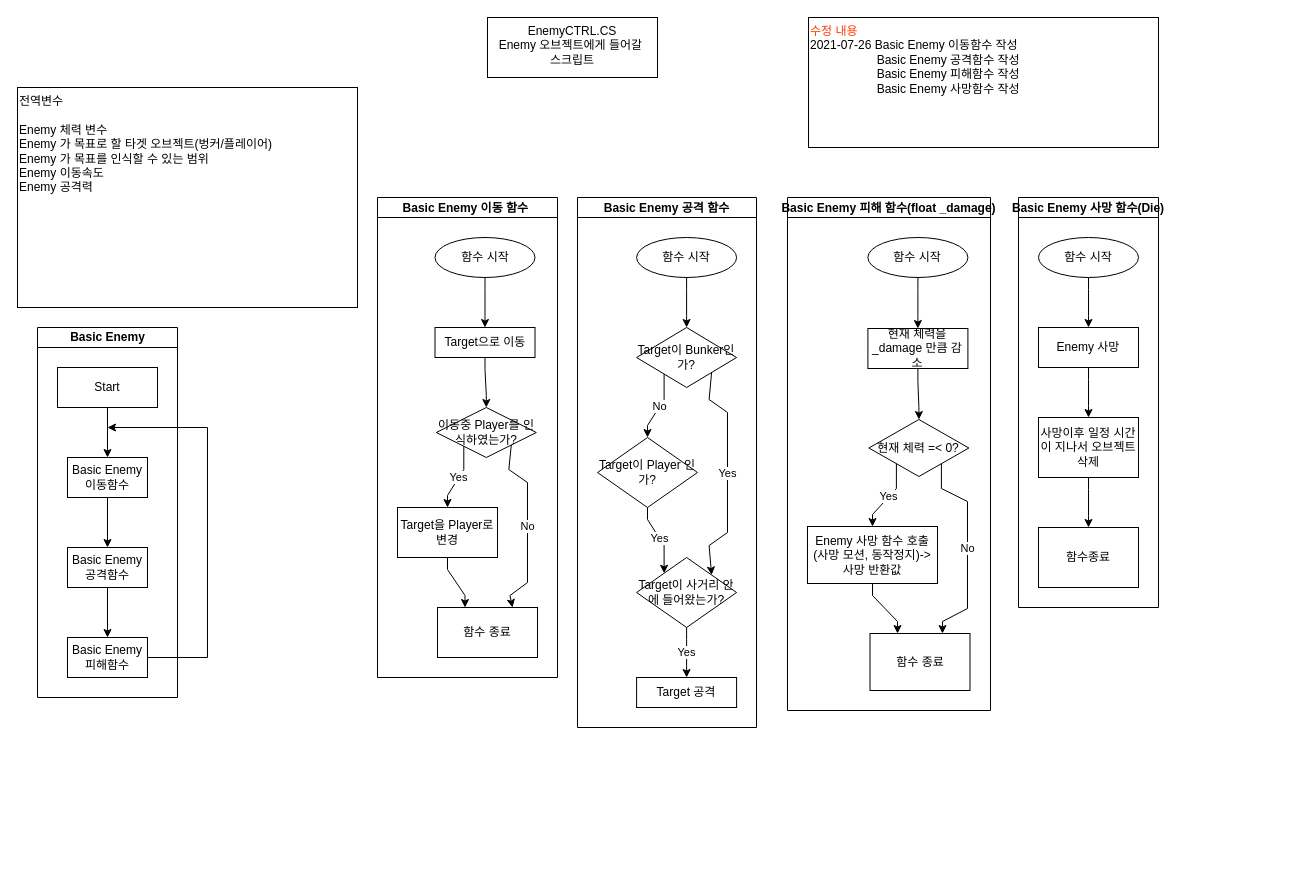
This is FlowChart/BasicEnemy.drawio from BckLily/YeilMainProjectBackUp, a draw.io file, before an edit. Source tidied: cells renumbered, new cells numbered last; positions are measured from the earlier drawing's top-left corner, leaving out a move shared by most shapes. Both pictures are drawn from the tidied source at 100%, with x=0, y=0 at pixel (17, 17).
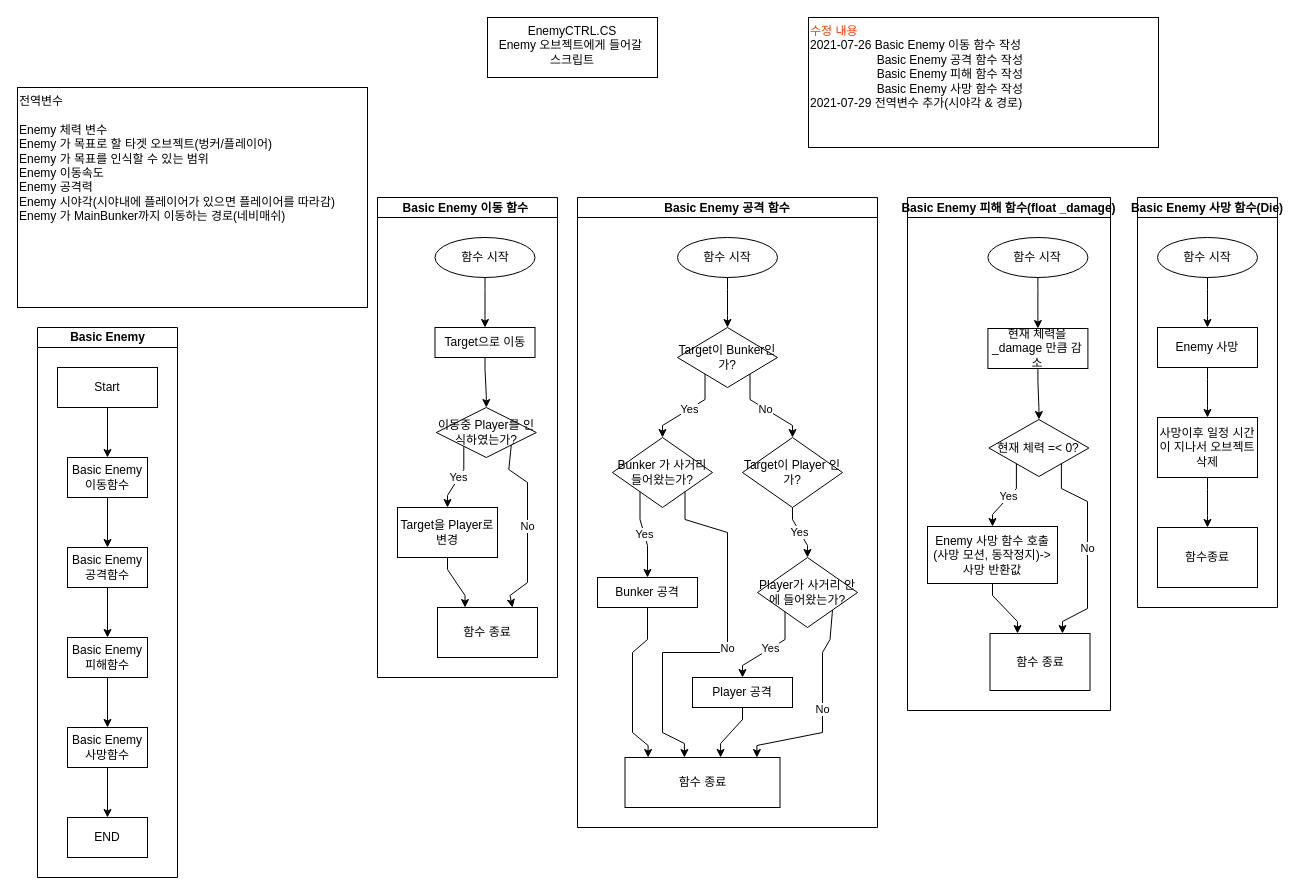
The same page after the edit.

The change refers to these unchanged cells:
```xml
<mxCell id="53" value="Basic Enemy 피해함수" style="whiteSpace=wrap;html=1;" parent="46" vertex="1">
  <mxGeometry x="30" y="310" width="80" height="40" as="geometry" />
</mxCell>
```

Change to the diagram source:
```diff
@@
-    <mxCell id="2" value="전역변수&lt;br&gt;&lt;br&gt;Enemy 체력 변수&lt;br&gt;Enemy 가 목표로 할 타겟 오브젝트(벙커/플레이어)&lt;br&gt;Enemy 가 목표를 인식할 수 있는 범위&lt;br&gt;Enemy 이동속도&lt;br&gt;Enemy 공격력" style="rounded=0;whiteSpace=wrap;html=1;align=left;verticalAlign=top;" parent="1" vertex="1">
-      <mxGeometry y="70" width="340" height="220" as="geometry" />
+    <mxCell id="2" value="전역변수&lt;br&gt;&lt;br&gt;Enemy 체력 변수&lt;br&gt;Enemy 가 목표로 할 타겟 오브젝트(벙커/플레이어)&lt;br&gt;Enemy 가 목표를 인식할 수 있는 범위&lt;br&gt;Enemy 이동속도&lt;br&gt;Enemy 공격력&lt;br&gt;Enemy 시야각(시야내에 플레이어가 있으면 플레이어를 따라감)&lt;br&gt;Enemy 가 MainBunker까지 이동하는 경로(네비매쉬)" style="rounded=0;whiteSpace=wrap;html=1;align=left;verticalAlign=top;" parent="1" vertex="1">
+      <mxGeometry y="70" width="350" height="220" as="geometry" />
     </mxCell>
@@
-    <mxCell id="15" value="&lt;div&gt;&lt;span style=&quot;color: rgb(255 , 60 , 0)&quot;&gt;수정 내용&lt;/span&gt;&lt;/div&gt;&lt;div&gt;&lt;span&gt;2021-07-26 Basic Enemy 이동함수 작성&lt;/span&gt;&lt;/div&gt;&lt;div&gt;&lt;span&gt;&amp;nbsp; &amp;nbsp; &amp;nbsp; &amp;nbsp; &amp;nbsp; &amp;nbsp; &amp;nbsp; &amp;nbsp; &amp;nbsp; &amp;nbsp; Basic Enemy 공격함수 작성&lt;/span&gt;&lt;/div&gt;&lt;div&gt;&lt;span&gt;&amp;nbsp; &amp;nbsp; &amp;nbsp; &amp;nbsp; &amp;nbsp; &amp;nbsp; &amp;nbsp; &amp;nbsp; &amp;nbsp; &amp;nbsp; Basic Enemy 피해함수 작성&lt;/span&gt;&lt;/div&gt;&lt;div&gt;&lt;span&gt;&amp;nbsp; &amp;nbsp; &amp;nbsp; &amp;nbsp; &amp;nbsp; &amp;nbsp; &amp;nbsp; &amp;nbsp; &amp;nbsp; &amp;nbsp; Basic Enemy 사망함수 작성&lt;/span&gt;&lt;/div&gt;" style="rounded=0;whiteSpace=wrap;html=1;align=left;verticalAlign=top;" parent="1" vertex="1">
+    <mxCell id="15" value="&lt;div&gt;&lt;span style=&quot;color: rgb(255 , 60 , 0)&quot;&gt;수정 내용&lt;/span&gt;&lt;/div&gt;&lt;div&gt;&lt;span&gt;2021-07-26 Basic Enemy 이동 함수 작성&lt;/span&gt;&lt;/div&gt;&lt;div&gt;&lt;span&gt;&amp;nbsp; &amp;nbsp; &amp;nbsp; &amp;nbsp; &amp;nbsp; &amp;nbsp; &amp;nbsp; &amp;nbsp; &amp;nbsp; &amp;nbsp; Basic Enemy 공격 함수 작성&lt;/span&gt;&lt;/div&gt;&lt;div&gt;&lt;span&gt;&amp;nbsp; &amp;nbsp; &amp;nbsp; &amp;nbsp; &amp;nbsp; &amp;nbsp; &amp;nbsp; &amp;nbsp; &amp;nbsp; &amp;nbsp; Basic Enemy 피해 함수 작성&lt;/span&gt;&lt;/div&gt;&lt;div&gt;&lt;span&gt;&amp;nbsp; &amp;nbsp; &amp;nbsp; &amp;nbsp; &amp;nbsp; &amp;nbsp; &amp;nbsp; &amp;nbsp; &amp;nbsp; &amp;nbsp; Basic Enemy 사망 함수 작성&lt;/span&gt;&lt;/div&gt;&lt;div&gt;&lt;span&gt;2021-07-29 전역변수 추가(시야각 &amp;amp; 경로)&lt;/span&gt;&lt;/div&gt;" style="rounded=0;whiteSpace=wrap;html=1;align=left;verticalAlign=top;" parent="1" vertex="1">
       <mxGeometry x="791" width="350" height="130" as="geometry" />
     </mxCell>
     <mxCell id="16" value="Basic Enemy 공격 함수" style="swimlane;startSize=20;horizontal=1;flowOrientation=north;interRankCellSpacing=50;containerType=tree;align=center;verticalAlign=middle;" parent="1" vertex="1">
-      <mxGeometry x="560" y="180" width="179" height="530" as="geometry" />
+      <mxGeometry x="560" y="180" width="300" height="630" as="geometry" />
     </mxCell>
     <mxCell id="17" value="함수 시작&lt;br&gt;" style="ellipse;whiteSpace=wrap;html=1;fontFamily=Helvetica;fontSize=12;fontColor=#000000;align=center;strokeColor=#000000;fillColor=#ffffff;" parent="16" vertex="1">
-      <mxGeometry x="59.1" y="40" width="100" height="40" as="geometry" />
+      <mxGeometry x="100" y="40" width="100" height="40" as="geometry" />
     </mxCell>
     <mxCell id="18" style="edgeStyle=orthogonalEdgeStyle;rounded=0;jettySize=auto;html=1;noEdgeStyle=1;orthogonal=1;" parent="16" edge="1" source="17" target="20">
       <mxGeometry relative="1" as="geometry">
         <Array as="points">
-          <mxPoint x="109.1" y="92" />
-          <mxPoint x="109.1" y="118" />
+          <mxPoint x="150" y="92" />
+          <mxPoint x="150" y="118" />
         </Array>
       </mxGeometry>
     </mxCell>
-    <mxCell id="19" value="Yes" style="edgeStyle=orthogonalEdgeStyle;rounded=0;jettySize=auto;html=1;exitX=1;exitY=1;exitDx=0;exitDy=0;entryX=1;entryY=0;entryDx=0;entryDy=0;noEdgeStyle=1;orthogonal=1;" parent="16" edge="1" source="20" target="24">
-      <mxGeometry relative="1" as="geometry">
-        <Array as="points">
-          <mxPoint x="131.6" y="202" />
-          <mxPoint x="150" y="215" />
-          <mxPoint x="150" y="335" />
-          <mxPoint x="131.6" y="348" />
-        </Array>
-      </mxGeometry>
-    </mxCell>
     <mxCell id="20" value="Target이 Bunker인가?" style="rhombus;whiteSpace=wrap;html=1;fontFamily=Helvetica;fontSize=12;fontColor=#000000;align=center;strokeColor=#000000;fillColor=#ffffff;" parent="16" vertex="1">
-      <mxGeometry x="59.1" y="130" width="100" height="60" as="geometry" />
+      <mxGeometry x="100" y="130" width="100" height="60" as="geometry" />
     </mxCell>
+    <mxCell id="55" value="Yes" style="edgeStyle=orthogonalEdgeStyle;rounded=0;jettySize=auto;html=1;noEdgeStyle=1;orthogonal=1;" parent="16" edge="1" source="20" target="56">
+      <mxGeometry relative="1" as="geometry">
+        <Array as="points">
+          <mxPoint x="127.5" y="202" />
+          <mxPoint x="85" y="228" />
+        </Array>
+      </mxGeometry>
+    </mxCell>
+    <mxCell id="56" value="Bunker 가 사거리 들어왔는가?" style="rhombus;whiteSpace=wrap;html=1;fontFamily=Helvetica;fontSize=12;fontColor=#000000;align=center;strokeColor=#000000;fillColor=#ffffff;" parent="16" vertex="1">
+      <mxGeometry x="35" y="240" width="100" height="70" as="geometry" />
+    </mxCell>
+    <mxCell id="57" value="Yes" style="edgeStyle=orthogonalEdgeStyle;rounded=0;jettySize=auto;html=1;noEdgeStyle=1;orthogonal=1;" parent="16" edge="1" source="56" target="59">
+      <mxGeometry relative="1" as="geometry">
+        <Array as="points">
+          <mxPoint x="62.5" y="322" />
+          <mxPoint x="70" y="348" />
+        </Array>
+      </mxGeometry>
+    </mxCell>
+    <mxCell id="58" style="edgeStyle=orthogonalEdgeStyle;rounded=0;jettySize=auto;html=1;noEdgeStyle=1;orthogonal=1;" parent="16" edge="1" source="59" target="61">
+      <mxGeometry relative="1" as="geometry">
+        <Array as="points">
+          <mxPoint x="70" y="442" />
+          <mxPoint x="55" y="455" />
+          <mxPoint x="55" y="535" />
+          <mxPoint x="70.6" y="548" />
+        </Array>
+      </mxGeometry>
+    </mxCell>
+    <mxCell id="59" value="Bunker 공격" style="rounded=0;whiteSpace=wrap;html=1;fontFamily=Helvetica;fontSize=12;fontColor=#000000;align=center;strokeColor=#000000;fillColor=#ffffff;" parent="16" vertex="1">
+      <mxGeometry x="20" y="380" width="100" height="30" as="geometry" />
+    </mxCell>
+    <mxCell id="60" value="No" style="edgeStyle=orthogonalEdgeStyle;rounded=0;jettySize=auto;html=1;noEdgeStyle=1;orthogonal=1;" parent="16" edge="1" source="56" target="61">
+      <mxGeometry relative="1" as="geometry">
+        <Array as="points">
+          <mxPoint x="107.5" y="322" />
+          <mxPoint x="150" y="335" />
+          <mxPoint x="150" y="455" />
+          <mxPoint x="85" y="455" />
+          <mxPoint x="85" y="535" />
+          <mxPoint x="106.9" y="546" />
+        </Array>
+      </mxGeometry>
+    </mxCell>
+    <mxCell id="61" value="함수 종료" style="rounded=0;whiteSpace=wrap;html=1;fontFamily=Helvetica;fontSize=12;fontColor=#000000;align=center;strokeColor=#000000;fillColor=#ffffff;" parent="16" vertex="1">
+      <mxGeometry x="47.5" y="560" width="155" height="50" as="geometry" />
+    </mxCell>
     <mxCell id="21" value="No" style="edgeStyle=orthogonalEdgeStyle;rounded=0;jettySize=auto;html=1;noEdgeStyle=1;orthogonal=1;" parent="16" edge="1" source="20" target="22">
       <mxGeometry relative="1" as="geometry">
         <Array as="points">
-          <mxPoint x="86.6" y="202" />
-          <mxPoint x="70" y="228" />
+          <mxPoint x="172.5" y="202" />
+          <mxPoint x="215" y="228" />
         </Array>
       </mxGeometry>
     </mxCell>
     <mxCell id="22" value="Target이 Player 인가?" style="rhombus;whiteSpace=wrap;html=1;fontFamily=Helvetica;fontSize=12;fontColor=#000000;align=center;strokeColor=#000000;fillColor=#ffffff;" parent="16" vertex="1">
-      <mxGeometry x="20" y="240" width="100" height="70" as="geometry" />
+      <mxGeometry x="165" y="240" width="100" height="70" as="geometry" />
     </mxCell>
     <mxCell id="23" value="Yes" style="edgeStyle=orthogonalEdgeStyle;rounded=0;jettySize=auto;html=1;noEdgeStyle=1;orthogonal=1;" parent="16" edge="1" source="22" target="24">
       <mxGeometry relative="1" as="geometry">
         <Array as="points">
-          <mxPoint x="70" y="322" />
-          <mxPoint x="86.6" y="348" />
+          <mxPoint x="215" y="322" />
+          <mxPoint x="230" y="348" />
         </Array>
       </mxGeometry>
     </mxCell>
-    <mxCell id="24" value="Target이 사거리 안에 들어왔는가?" style="rhombus;whiteSpace=wrap;html=1;fontFamily=Helvetica;fontSize=12;fontColor=#000000;align=center;strokeColor=#000000;fillColor=#ffffff;" parent="16" vertex="1">
-      <mxGeometry x="59.1" y="360" width="100" height="70" as="geometry" />
+    <mxCell id="24" value="Player가 사거리 안에 들어왔는가?" style="rhombus;whiteSpace=wrap;html=1;fontFamily=Helvetica;fontSize=12;fontColor=#000000;align=center;strokeColor=#000000;fillColor=#ffffff;" parent="16" vertex="1">
+      <mxGeometry x="180" y="360" width="100" height="70" as="geometry" />
     </mxCell>
     <mxCell id="25" value="Yes" style="edgeStyle=orthogonalEdgeStyle;rounded=0;jettySize=auto;html=1;noEdgeStyle=1;orthogonal=1;" parent="16" edge="1" source="24" target="26">
       <mxGeometry relative="1" as="geometry">
         <Array as="points">
-          <mxPoint x="109.1" y="442" />
-          <mxPoint x="109.1" y="468" />
+          <mxPoint x="207.5" y="442" />
+          <mxPoint x="165" y="468" />
         </Array>
       </mxGeometry>
     </mxCell>
+    <mxCell id="62" style="edgeStyle=orthogonalEdgeStyle;rounded=0;jettySize=auto;html=1;noEdgeStyle=1;orthogonal=1;" parent="16" edge="1" source="26" target="61">
+      <mxGeometry relative="1" as="geometry">
+        <Array as="points">
+          <mxPoint x="165" y="522" />
+          <mxPoint x="143.1" y="546" />
+        </Array>
+      </mxGeometry>
+    </mxCell>
-    <mxCell id="26" value="Target 공격" style="rounded=0;whiteSpace=wrap;html=1;fontFamily=Helvetica;fontSize=12;fontColor=#000000;align=center;strokeColor=#000000;fillColor=#ffffff;" parent="16" vertex="1">
-      <mxGeometry x="59.1" y="480" width="100" height="30" as="geometry" />
+    <mxCell id="26" value="Player 공격" style="rounded=0;whiteSpace=wrap;html=1;fontFamily=Helvetica;fontSize=12;fontColor=#000000;align=center;strokeColor=#000000;fillColor=#ffffff;" parent="16" vertex="1">
+      <mxGeometry x="115" y="480" width="100" height="30" as="geometry" />
     </mxCell>
+    <mxCell id="63" value="No" style="edgeStyle=orthogonalEdgeStyle;rounded=0;jettySize=auto;html=1;exitX=1;exitY=1;exitDx=0;exitDy=0;noEdgeStyle=1;orthogonal=1;" parent="16" edge="1" source="24" target="61">
+      <mxGeometry relative="1" as="geometry">
+        <Array as="points">
+          <mxPoint x="252.5" y="442" />
+          <mxPoint x="245" y="455" />
+          <mxPoint x="245" y="535" />
+          <mxPoint x="179.4" y="548" />
+        </Array>
+      </mxGeometry>
+    </mxCell>
     <mxCell id="27" value="Basic Enemy 피해 함수(float _damage)" style="swimlane;startSize=20;horizontal=1;flowOrientation=north;interRankCellSpacing=50;containerType=tree;align=center;verticalAlign=middle;" parent="1" vertex="1">
-      <mxGeometry x="770" y="180" width="203" height="513" as="geometry" />
+      <mxGeometry x="890" y="180" width="203" height="513" as="geometry" />
     </mxCell>
@@
     <mxCell id="38" value="Basic Enemy 사망 함수(Die)" style="swimlane;startSize=20;horizontal=1;flowOrientation=north;interRankCellSpacing=50;containerType=tree;align=center;verticalAlign=middle;" parent="1" vertex="1">
-      <mxGeometry x="1001" y="180" width="140" height="410" as="geometry" />
+      <mxGeometry x="1120" y="180" width="140" height="410" as="geometry" />
     </mxCell>
@@
     <mxCell id="46" value="Basic Enemy" style="swimlane;html=1;startSize=20;horizontal=1;horizontalTree=0;containerType=tree;" parent="1" vertex="1">
-      <mxGeometry x="20" y="310" width="140" height="370" as="geometry" />
+      <mxGeometry x="20" y="310" width="140" height="550" as="geometry" />
     </mxCell>
@@
-    <mxCell id="54" style="edgeStyle=orthogonalEdgeStyle;rounded=0;jettySize=auto;html=1;" parent="1" edge="1" source="53">
-      <mxGeometry relative="1" as="geometry">
-        <mxPoint x="90" y="410" as="targetPoint" />
-        <Array as="points">
-          <mxPoint x="190" y="640" />
-          <mxPoint x="190" y="410" />
-        </Array>
-      </mxGeometry>
-    </mxCell>
+    <mxCell id="64" style="edgeStyle=orthogonalEdgeStyle;rounded=0;jettySize=auto;html=1;" parent="46" edge="1" source="53" target="65">
+      <mxGeometry relative="1" as="geometry" />
+    </mxCell>
+    <mxCell id="65" value="Basic Enemy 사망함수" style="whiteSpace=wrap;html=1;" parent="46" vertex="1">
+      <mxGeometry x="30" y="400" width="80" height="40" as="geometry" />
+    </mxCell>
+    <mxCell id="66" style="edgeStyle=orthogonalEdgeStyle;rounded=0;jettySize=auto;html=1;" parent="46" edge="1" source="65" target="67">
+      <mxGeometry relative="1" as="geometry" />
+    </mxCell>
+    <mxCell id="67" value="END" style="whiteSpace=wrap;html=1;" parent="46" vertex="1">
+      <mxGeometry x="30" y="490" width="80" height="40" as="geometry" />
+    </mxCell>
```
